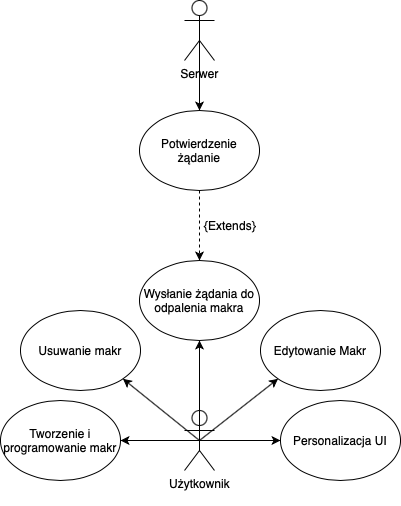
Before: UML/Wymagania_funkcjonalne.png, a diagram exported from draw.io (WXZK9/optimacro). Source tidied: cells renumbered, new cells last; positions are measured from the earlier drawing's top-left corner, leaving out a move shared by most shapes.
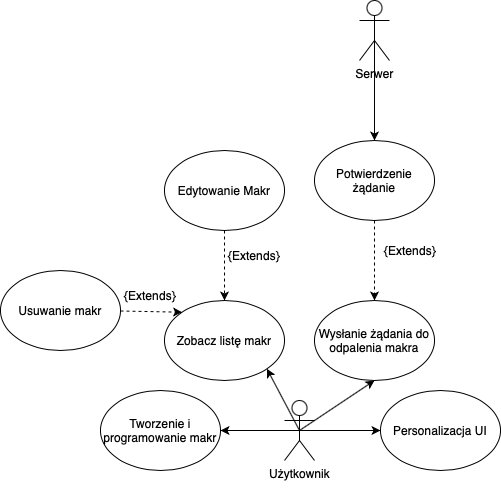
After the change.

Change to the diagram source:
```diff
@@ -9,10 +9,10 @@
       <mxGeometry y="400" width="120" height="80" as="geometry" />
     </mxCell>
     <mxCell id="4" value="Usuwanie makr" style="ellipse;whiteSpace=wrap;html=1;" parent="1" vertex="1">
-      <mxGeometry x="20" y="310" width="120" height="80" as="geometry" />
+      <mxGeometry x="-100" y="280" width="120" height="80" as="geometry" />
     </mxCell>
     <mxCell id="5" value="Edytowanie Makr" style="ellipse;whiteSpace=wrap;html=1;" parent="1" vertex="1">
-      <mxGeometry x="260" y="310" width="120" height="80" as="geometry" />
+      <mxGeometry x="64" y="160" width="120" height="80" as="geometry" />
     </mxCell>
     <mxCell id="6" value="Personalizacja UI" style="ellipse;whiteSpace=wrap;html=1;" parent="1" vertex="1">
       <mxGeometry x="280" y="400" width="120" height="80" as="geometry" />
@@ -23,32 +23,44 @@
     <mxCell id="8" style="endArrow=classic;html=1;rounded=0;exitX=0.5;exitY=0.5;exitDx=0;exitDy=0;exitPerimeter=0;entryX=0;entryY=0.5;entryDx=0;entryDy=0;" parent="1" edge="1" source="2" target="6">
       <mxGeometry relative="1" as="geometry" />
     </mxCell>
-    <mxCell id="9" style="endArrow=classic;html=1;rounded=0;exitX=0.5;exitY=0.5;exitDx=0;exitDy=0;exitPerimeter=0;entryX=0;entryY=1;entryDx=0;entryDy=0;" parent="1" edge="1" source="2" target="5">
-      <mxGeometry relative="1" as="geometry" />
-    </mxCell>
-    <mxCell id="10" style="endArrow=classic;html=1;rounded=0;exitX=0.5;exitY=0.5;exitDx=0;exitDy=0;exitPerimeter=0;entryX=1;entryY=1;entryDx=0;entryDy=0;" parent="1" edge="1" source="2" target="4">
-      <mxGeometry relative="1" as="geometry" />
-    </mxCell>
     <mxCell id="11" style="edgeStyle=orthogonalEdgeStyle;rounded=0;jettySize=auto;html=1;exitX=0.5;exitY=0.5;exitDx=0;exitDy=0;exitPerimeter=0;entryX=0.5;entryY=0;entryDx=0;entryDy=0;" parent="1" edge="1" source="12" target="15">
       <mxGeometry relative="1" as="geometry" />
     </mxCell>
     <mxCell id="12" value="Serwer&lt;div&gt;&lt;br&gt;&lt;/div&gt;" style="shape=umlActor;verticalLabelPosition=bottom;verticalAlign=top;html=1;outlineConnect=0;" parent="1" vertex="1">
-      <mxGeometry x="184" width="30" height="60" as="geometry" />
+      <mxGeometry x="259" y="10" width="30" height="60" as="geometry" />
     </mxCell>
     <mxCell id="13" value="Wysłanie żądania do odpalenia makra" style="ellipse;whiteSpace=wrap;html=1;" parent="1" vertex="1">
-      <mxGeometry x="139" y="260" width="120" height="80" as="geometry" />
+      <mxGeometry x="214" y="310" width="120" height="80" as="geometry" />
     </mxCell>
     <mxCell id="14" style="endArrow=classic;html=1;rounded=0;exitX=0.5;exitY=0.5;exitDx=0;exitDy=0;exitPerimeter=0;entryX=0.5;entryY=1;entryDx=0;entryDy=0;" parent="1" edge="1" source="2" target="13">
       <mxGeometry relative="1" as="geometry" />
     </mxCell>
     <mxCell id="15" value="Potwierdzenie żądanie" style="ellipse;whiteSpace=wrap;html=1;" parent="1" vertex="1">
-      <mxGeometry x="139" y="110" width="120" height="80" as="geometry" />
+      <mxGeometry x="214" y="150" width="120" height="80" as="geometry" />
     </mxCell>
     <mxCell id="16" style="endArrow=classic;html=1;rounded=0;dashed=1;exitX=0.5;exitY=1;exitDx=0;exitDy=0;entryX=0.5;entryY=0;entryDx=0;entryDy=0;" parent="1" edge="1" source="15" target="13">
       <mxGeometry relative="1" as="geometry" />
     </mxCell>
     <mxCell id="17" value="{Extends}" style="text;html=1;align=center;verticalAlign=middle;whiteSpace=wrap;rounded=0;" parent="1" vertex="1">
-      <mxGeometry x="200" y="210" width="60" height="30" as="geometry" />
+      <mxGeometry x="280" y="245" width="60" height="30" as="geometry" />
     </mxCell>
+    <mxCell id="18" value="Zobacz listę makr" style="ellipse;whiteSpace=wrap;html=1;" parent="1" vertex="1">
+      <mxGeometry x="64" y="310" width="120" height="80" as="geometry" />
+    </mxCell>
+    <mxCell id="19" style="endArrow=classic;html=1;rounded=0;exitX=0.5;exitY=0.5;exitDx=0;exitDy=0;exitPerimeter=0;entryX=1;entryY=1;entryDx=0;entryDy=0;" parent="1" edge="1" source="2" target="18">
+      <mxGeometry relative="1" as="geometry" />
+    </mxCell>
+    <mxCell id="20" style="endArrow=classic;html=1;rounded=0;dashed=1;exitX=0.5;exitY=1;exitDx=0;exitDy=0;entryX=0.5;entryY=0;entryDx=0;entryDy=0;" parent="1" edge="1" source="5" target="18">
+      <mxGeometry relative="1" as="geometry" />
+    </mxCell>
+    <mxCell id="21" style="endArrow=classic;html=1;rounded=0;dashed=1;entryX=0;entryY=0;entryDx=0;entryDy=0;" parent="1" edge="1" source="4" target="18">
+      <mxGeometry relative="1" as="geometry" />
+    </mxCell>
+    <mxCell id="22" value="{Extends}" style="text;html=1;align=center;verticalAlign=middle;whiteSpace=wrap;rounded=0;" parent="1" vertex="1">
+      <mxGeometry x="20" y="290" width="60" height="30" as="geometry" />
+    </mxCell>
+    <mxCell id="23" value="{Extends}" style="text;html=1;align=center;verticalAlign=middle;whiteSpace=wrap;rounded=0;" parent="1" vertex="1">
+      <mxGeometry x="124" y="250" width="60" height="30" as="geometry" />
+    </mxCell>
   </root>
 </mxGraphModel>
```
